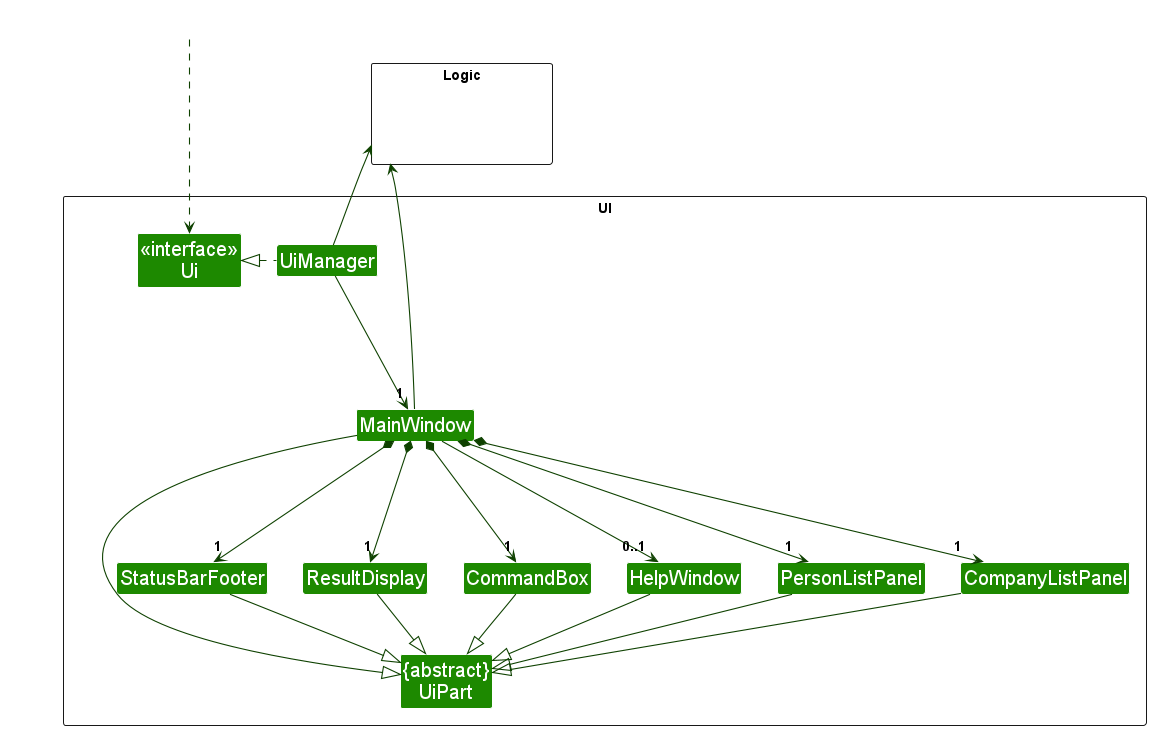
oeggy03/tp keeps this PlantUML diagram as docs/images/UiClassDiagram.png. Above is the earlier version.
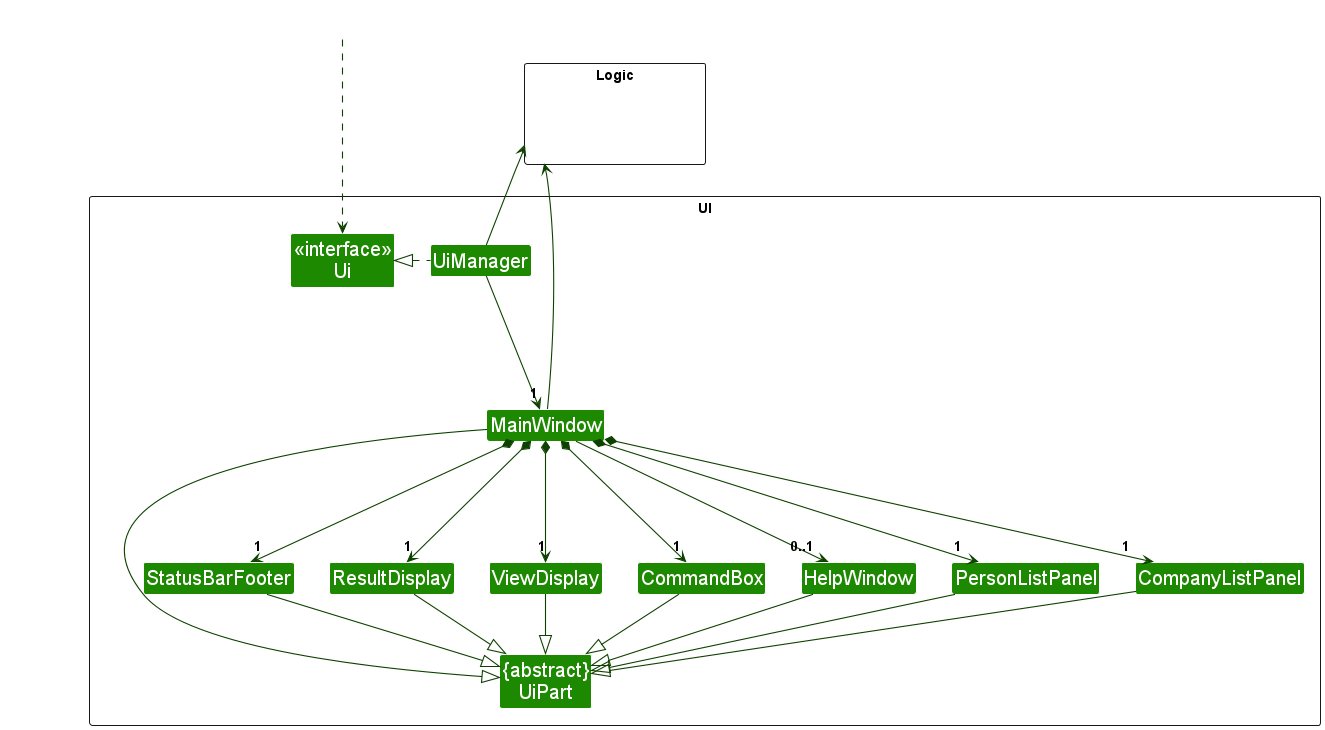
Later version of the same file.

Commit message:
Update some diagrams of the DG, and change "delete 1" to "delete p 1" as previous command was incorrect

Change to the diagram source:
```diff
@@ -9,6 +9,7 @@
 Class "{abstract}\nUiPart" as UiPart
 Class UiManager
 Class MainWindow
+Class ViewDisplay
 Class HelpWindow
 Class ResultDisplay
 Class PersonListPanel
@@ -28,6 +29,7 @@
 UiManager -down--> "1" MainWindow
 MainWindow *-down->  "1" CommandBox
 MainWindow *-down-> "1" ResultDisplay
+MainWindow *-down-> "1" ViewDisplay
 MainWindow *-down-> "1" PersonListPanel
 MainWindow *-down--> "1" CompanyListPanel
 MainWindow *-down-> "1" StatusBarFooter
@@ -36,6 +38,7 @@
 MainWindow -left-|> UiPart
 
 ResultDisplay --|> UiPart
+ViewDisplay --|> UiPart
 CommandBox --|> UiPart
 PersonListPanel --|> UiPart
 CompanyListPanel --|> UiPart
@@ -48,7 +51,8 @@
 CompanyListPanel -[hidden]left- PersonListPanel
 PersonListPanel -[hidden]left- HelpWindow
 HelpWindow -[hidden]left- CommandBox
-CommandBox -[hidden]left- ResultDisplay
+CommandBox -[hidden]left- ViewDisplay
+ViewDisplay -[hidden]left- ResultDisplay
 ResultDisplay -[hidden]left- StatusBarFooter
 
 MainWindow -[hidden]-|> UiPart
```
